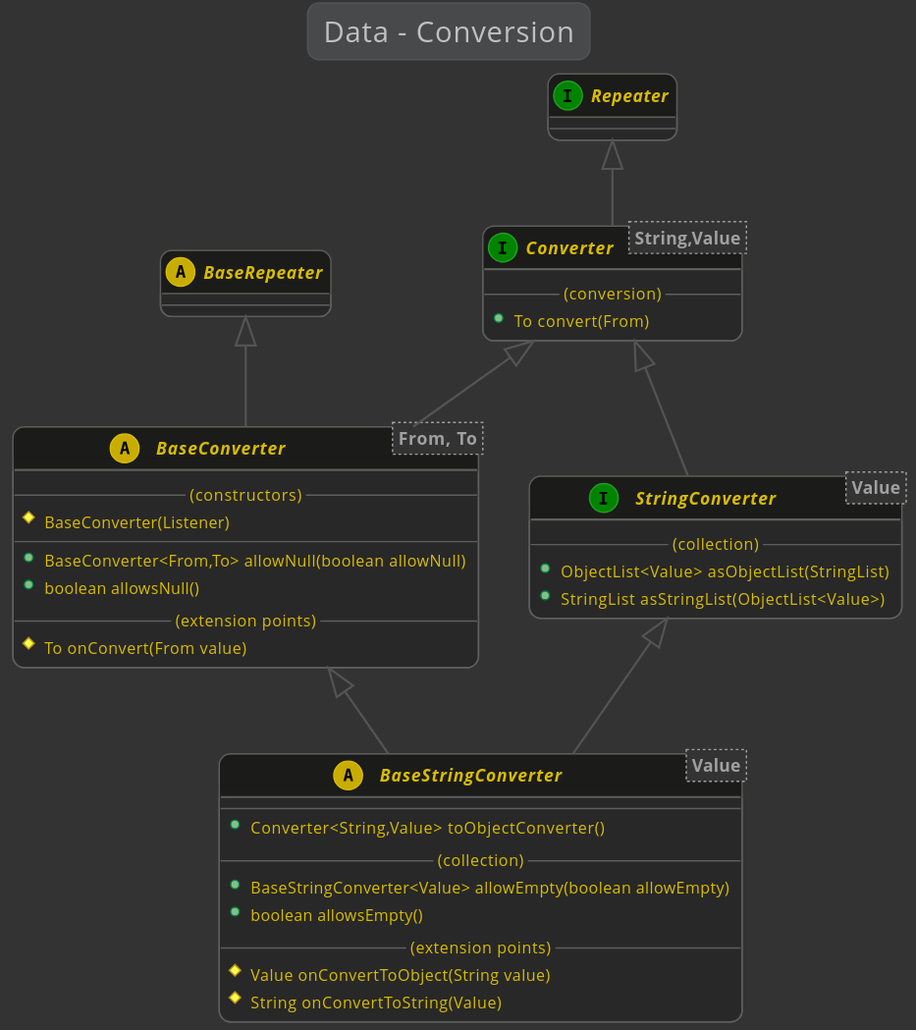
Above: kivakit-core/kernel/documentation/diagrams/diagram-data-conversion.svg in Telenav/kivakit (PlantUML), before the change.
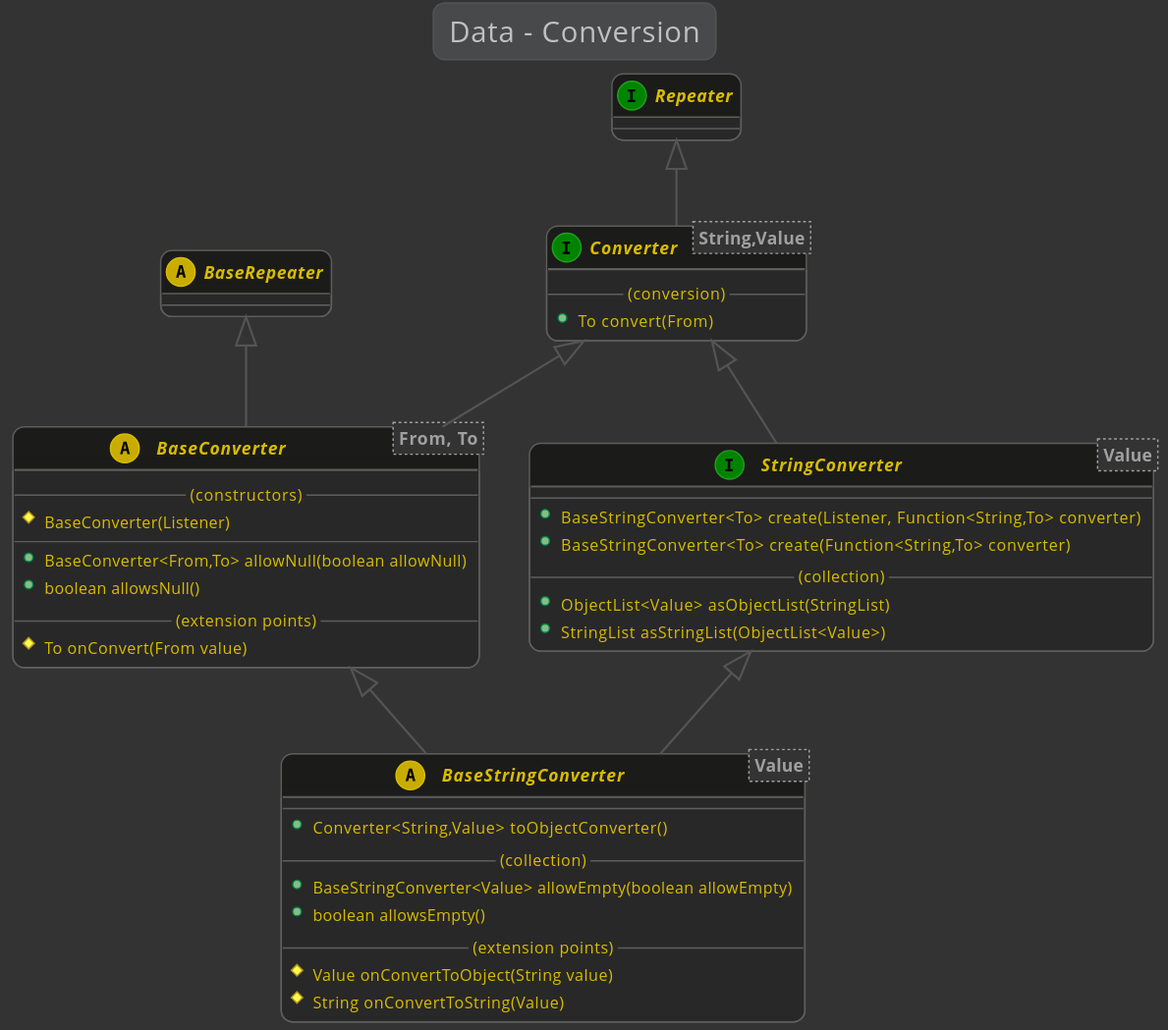
After the commit.

The edit, as a diff of the source:
```diff
@@ -49,6 +49,9 @@
     Converter <|-- StringConverter
     interface StringConverter<Value>
     {
+        --
+        +BaseStringConverter<To> create(Listener, Function<String,To> converter)
+        +BaseStringConverter<To> create(Function<String,To> converter)
         --(collection)--
         +ObjectList<Value> asObjectList(StringList)
         +StringList asStringList(ObjectList<Value>)
```
